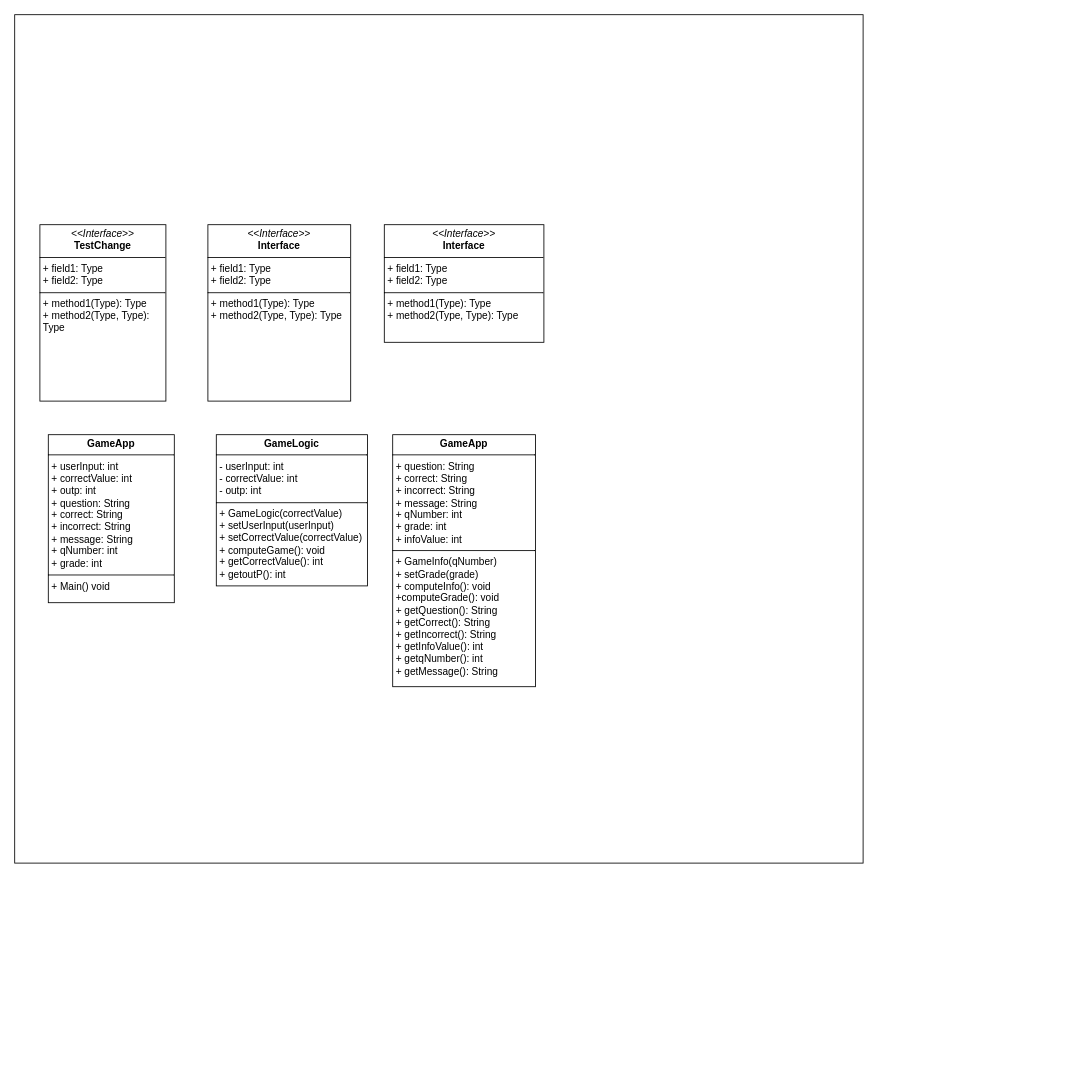
The draw.io diagram ClassDiagram.drawio in JordanTheCodeless/OOP_SDG_CA, before the edit. Source tidied: cells renumbered, new cells numbered last; positions are measured from the earlier drawing's top-left corner, leaving out a move shared by most shapes. Both pictures are drawn from the tidied source at 84%, with x=0, y=0 at pixel (14, 14).
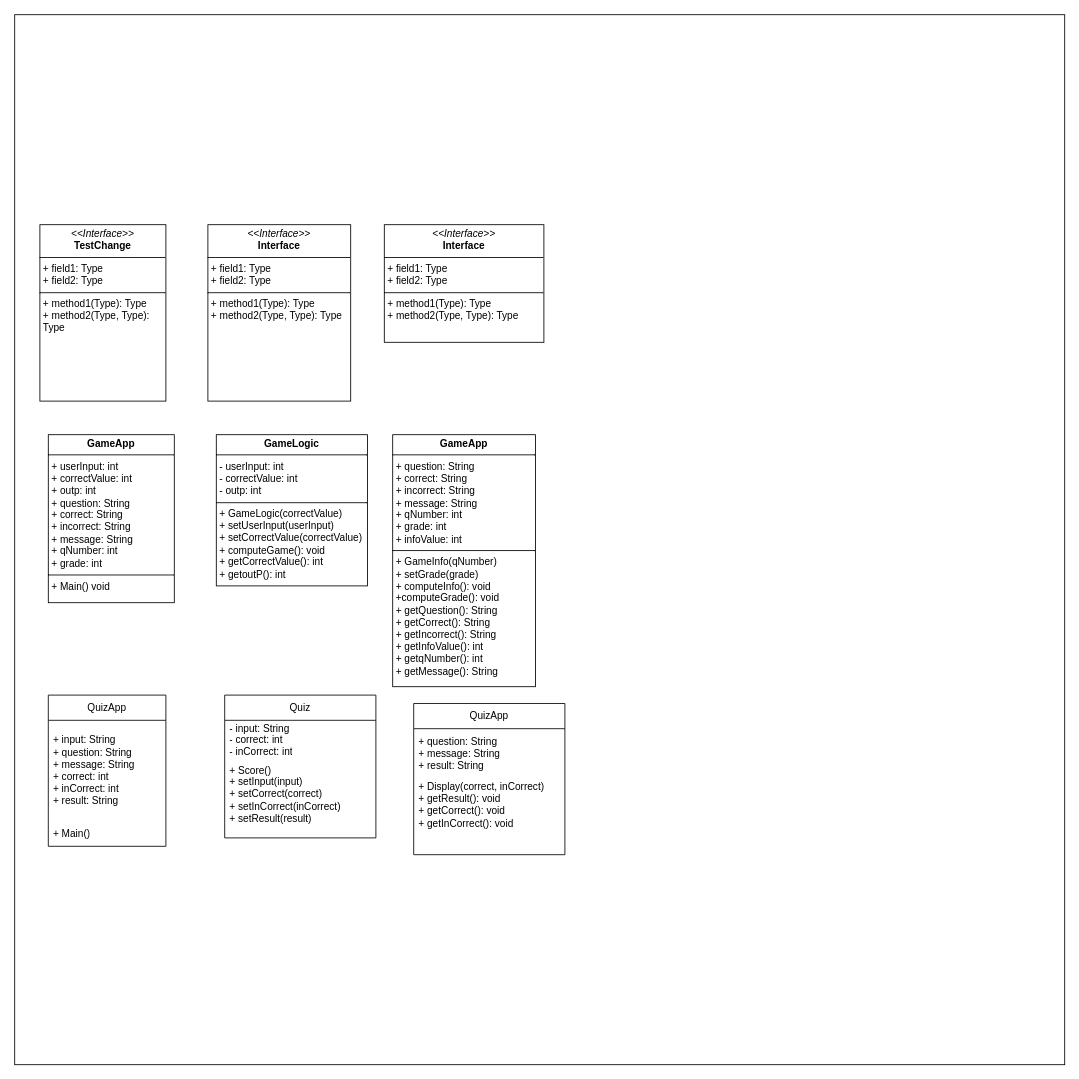
The same page after the edit.

Commit message:
class diagram Greg

What changed in the source:
```diff
@@
 <mxGraphModel>
   <root>
     <mxCell id="0" />
     <mxCell id="1" parent="0" />
     <mxCell id="2" style="whiteSpace=wrap;html=1;" parent="1" vertex="1">
-      <mxGeometry width="1010" height="1010" as="geometry" />
+      <mxGeometry width="1250" height="1250" as="geometry" />
     </mxCell>
     <mxCell id="3" value="&lt;p style=&quot;margin:0px;margin-top:4px;text-align:center;&quot;&gt;&lt;i&gt;&amp;lt;&amp;lt;Interface&amp;gt;&amp;gt;&lt;/i&gt;&lt;br&gt;&lt;b&gt;TestChange&lt;/b&gt;&lt;/p&gt;&lt;hr size=&quot;1&quot; style=&quot;border-style:solid;&quot;&gt;&lt;p style=&quot;margin:0px;margin-left:4px;&quot;&gt;+ field1: Type&lt;br&gt;+ field2: Type&lt;/p&gt;&lt;hr size=&quot;1&quot; style=&quot;border-style:solid;&quot;&gt;&lt;p style=&quot;margin:0px;margin-left:4px;&quot;&gt;+ method1(Type): Type&lt;br&gt;+ method2(Type, Type): Type&lt;/p&gt;" style="verticalAlign=top;align=left;overflow=fill;html=1;whiteSpace=wrap;" parent="1" vertex="1">
       <mxGeometry x="30" y="250" width="150" height="210" as="geometry" />
     </mxCell>
     <mxCell id="4" value="&lt;p style=&quot;margin:0px;margin-top:4px;text-align:center;&quot;&gt;&lt;i&gt;&amp;lt;&amp;lt;Interface&amp;gt;&amp;gt;&lt;/i&gt;&lt;br/&gt;&lt;b&gt;Interface&lt;/b&gt;&lt;/p&gt;&lt;hr size=&quot;1&quot; style=&quot;border-style:solid;&quot;/&gt;&lt;p style=&quot;margin:0px;margin-left:4px;&quot;&gt;+ field1: Type&lt;br/&gt;+ field2: Type&lt;/p&gt;&lt;hr size=&quot;1&quot; style=&quot;border-style:solid;&quot;/&gt;&lt;p style=&quot;margin:0px;margin-left:4px;&quot;&gt;+ method1(Type): Type&lt;br/&gt;+ method2(Type, Type): Type&lt;/p&gt;" style="verticalAlign=top;align=left;overflow=fill;html=1;whiteSpace=wrap;" parent="1" vertex="1">
       <mxGeometry x="230" y="250" width="170" height="210" as="geometry" />
     </mxCell>
     <mxCell id="5" value="&lt;p style=&quot;margin:0px;margin-top:4px;text-align:center;&quot;&gt;&lt;i&gt;&amp;lt;&amp;lt;Interface&amp;gt;&amp;gt;&lt;/i&gt;&lt;br/&gt;&lt;b&gt;Interface&lt;/b&gt;&lt;/p&gt;&lt;hr size=&quot;1&quot; style=&quot;border-style:solid;&quot;/&gt;&lt;p style=&quot;margin:0px;margin-left:4px;&quot;&gt;+ field1: Type&lt;br/&gt;+ field2: Type&lt;/p&gt;&lt;hr size=&quot;1&quot; style=&quot;border-style:solid;&quot;/&gt;&lt;p style=&quot;margin:0px;margin-left:4px;&quot;&gt;+ method1(Type): Type&lt;br/&gt;+ method2(Type, Type): Type&lt;/p&gt;" style="verticalAlign=top;align=left;overflow=fill;html=1;whiteSpace=wrap;" parent="1" vertex="1">
       <mxGeometry x="440" y="250" width="190" height="140" as="geometry" />
     </mxCell>
     <mxCell id="6" value="&lt;p style=&quot;margin:0px;margin-top:4px;text-align:center;&quot;&gt;&lt;b&gt;GameApp&lt;/b&gt;&lt;/p&gt;&lt;hr size=&quot;1&quot; style=&quot;border-style:solid;&quot;&gt;&lt;p style=&quot;margin:0px;margin-left:4px;&quot;&gt;+ userInput: int&lt;/p&gt;&lt;p style=&quot;margin:0px;margin-left:4px;&quot;&gt;+ correctValue: int&lt;/p&gt;&lt;p style=&quot;margin:0px;margin-left:4px;&quot;&gt;+ outp: int&lt;/p&gt;&lt;p style=&quot;margin:0px;margin-left:4px;&quot;&gt;+ question: String&amp;nbsp;&lt;/p&gt;&lt;p style=&quot;margin:0px;margin-left:4px;&quot;&gt;+ correct: String&amp;nbsp;&lt;/p&gt;&lt;p style=&quot;margin:0px;margin-left:4px;&quot;&gt;+ incorrect: String&lt;/p&gt;&lt;p style=&quot;margin:0px;margin-left:4px;&quot;&gt;+ message: String&lt;/p&gt;&lt;p style=&quot;margin:0px;margin-left:4px;&quot;&gt;+ qNumber: int&lt;/p&gt;&lt;p style=&quot;margin:0px;margin-left:4px;&quot;&gt;+ grade: int&lt;/p&gt;&lt;hr size=&quot;1&quot; style=&quot;border-style:solid;&quot;&gt;&lt;p style=&quot;margin:0px;margin-left:4px;&quot;&gt;+ Main() void&lt;/p&gt;" style="verticalAlign=top;align=left;overflow=fill;html=1;whiteSpace=wrap;" parent="1" vertex="1">
       <mxGeometry x="40" y="500" width="150" height="200" as="geometry" />
     </mxCell>
     <mxCell id="7" value="&lt;p style=&quot;margin:0px;margin-top:4px;text-align:center;&quot;&gt;&lt;b&gt;GameLogic&lt;/b&gt;&lt;/p&gt;&lt;hr size=&quot;1&quot; style=&quot;border-style:solid;&quot;&gt;&lt;p style=&quot;margin: 0px 0px 0px 4px;&quot;&gt;- userInput: int&lt;/p&gt;&lt;p style=&quot;margin: 0px 0px 0px 4px;&quot;&gt;- correctValue: int&lt;/p&gt;&lt;p style=&quot;margin: 0px 0px 0px 4px;&quot;&gt;- outp: int&lt;/p&gt;&lt;hr size=&quot;1&quot; style=&quot;border-style:solid;&quot;&gt;&lt;p style=&quot;margin:0px;margin-left:4px;&quot;&gt;+ GameLogic(correctValue)&lt;/p&gt;&lt;p style=&quot;margin:0px;margin-left:4px;&quot;&gt;+ setUserInput(userInput)&lt;/p&gt;&lt;p style=&quot;margin:0px;margin-left:4px;&quot;&gt;+ setCorrectValue(correctValue)&lt;/p&gt;&lt;p style=&quot;margin:0px;margin-left:4px;&quot;&gt;+ computeGame(): void&lt;/p&gt;&lt;p style=&quot;margin:0px;margin-left:4px;&quot;&gt;+ getCorrectValue(): int&lt;/p&gt;&lt;p style=&quot;margin:0px;margin-left:4px;&quot;&gt;+ getoutP(): int&lt;/p&gt;" style="verticalAlign=top;align=left;overflow=fill;html=1;whiteSpace=wrap;" parent="1" vertex="1">
       <mxGeometry x="240" y="500" width="180" height="180" as="geometry" />
     </mxCell>
     <mxCell id="8" style="edgeStyle=orthogonalEdgeStyle;rounded=0;orthogonalLoop=1;jettySize=auto;html=1;exitX=0.5;exitY=1;exitDx=0;exitDy=0;" parent="1" edge="1" source="7" target="7">
       <mxGeometry relative="1" as="geometry" />
     </mxCell>
     <mxCell id="9" value="&lt;p style=&quot;margin:0px;margin-top:4px;text-align:center;&quot;&gt;&lt;b&gt;GameApp&lt;/b&gt;&lt;/p&gt;&lt;hr size=&quot;1&quot; style=&quot;border-style:solid;&quot;&gt;&lt;p style=&quot;margin:0px;margin-left:4px;&quot;&gt;&lt;span style=&quot;background-color: initial;&quot;&gt;+ question: String&amp;nbsp;&lt;/span&gt;&lt;br&gt;&lt;/p&gt;&lt;p style=&quot;margin:0px;margin-left:4px;&quot;&gt;+ correct: String&amp;nbsp;&lt;/p&gt;&lt;p style=&quot;margin:0px;margin-left:4px;&quot;&gt;+ incorrect: String&lt;/p&gt;&lt;p style=&quot;margin:0px;margin-left:4px;&quot;&gt;+ message: String&lt;/p&gt;&lt;p style=&quot;margin:0px;margin-left:4px;&quot;&gt;+ qNumber: int&lt;/p&gt;&lt;p style=&quot;margin:0px;margin-left:4px;&quot;&gt;+ grade: int&lt;/p&gt;&lt;p style=&quot;margin:0px;margin-left:4px;&quot;&gt;+ infoValue: int&lt;/p&gt;&lt;hr size=&quot;1&quot; style=&quot;border-style:solid;&quot;&gt;&lt;p style=&quot;margin:0px;margin-left:4px;&quot;&gt;+ GameInfo(qNumber)&lt;/p&gt;&lt;p style=&quot;margin:0px;margin-left:4px;&quot;&gt;+ setGrade(grade)&lt;/p&gt;&lt;p style=&quot;margin:0px;margin-left:4px;&quot;&gt;+ computeInfo(): void&lt;/p&gt;&lt;p style=&quot;margin:0px;margin-left:4px;&quot;&gt;+computeGrade(): void&lt;/p&gt;&lt;p style=&quot;margin:0px;margin-left:4px;&quot;&gt;+ getQuestion(): String&lt;/p&gt;&lt;p style=&quot;margin:0px;margin-left:4px;&quot;&gt;+ getCorrect(): String&lt;/p&gt;&lt;p style=&quot;margin:0px;margin-left:4px;&quot;&gt;+ getIncorrect(): String&lt;/p&gt;&lt;p style=&quot;margin:0px;margin-left:4px;&quot;&gt;+ getInfoValue(): int&lt;/p&gt;&lt;p style=&quot;margin:0px;margin-left:4px;&quot;&gt;+ getqNumber(): int&lt;/p&gt;&lt;p style=&quot;margin:0px;margin-left:4px;&quot;&gt;+ getMessage(): String&lt;/p&gt;" style="verticalAlign=top;align=left;overflow=fill;html=1;whiteSpace=wrap;" parent="1" vertex="1">
       <mxGeometry x="450" y="500" width="170" height="300" as="geometry" />
     </mxCell>
+    <mxCell id="10" value="&lt;div&gt;QuizApp&lt;/div&gt;" style="swimlane;fontStyle=0;horizontal=1;startSize=30;whiteSpace=wrap;html=1;" parent="1" vertex="1">
+      <mxGeometry x="40" y="810" width="140" height="180" as="geometry" />
+    </mxCell>
+    <mxCell id="11" value="&lt;div&gt;+ input: String&lt;br&gt;&lt;/div&gt;&lt;div&gt;+ question: String&lt;/div&gt;&lt;div&gt;+ message: String&lt;/div&gt;&lt;div&gt;+ correct: int&lt;/div&gt;&lt;div&gt;+ inCorrect: int&lt;/div&gt;&lt;div&gt;+ result: String&lt;br&gt;&lt;/div&gt;" style="text;strokeColor=none;fillColor=none;align=left;verticalAlign=middle;spacingLeft=4;spacingRight=4;overflow=hidden;whiteSpace=wrap;html=1;" parent="10" vertex="1">
+      <mxGeometry y="30" width="140" height="120" as="geometry" />
+    </mxCell>
+    <mxCell id="12" value="+ Main()" style="text;strokeColor=none;fillColor=none;align=left;verticalAlign=middle;spacingLeft=4;spacingRight=4;overflow=hidden;whiteSpace=wrap;html=1;" parent="10" vertex="1">
+      <mxGeometry y="150" width="140" height="30" as="geometry" />
+    </mxCell>
+    <mxCell id="13" value="&lt;div&gt;Quiz&lt;/div&gt;" style="swimlane;fontStyle=0;horizontal=1;startSize=30;whiteSpace=wrap;html=1;" parent="1" vertex="1">
+      <mxGeometry x="250" y="810" width="180" height="170" as="geometry" />
+    </mxCell>
+    <mxCell id="14" value="&lt;div&gt;- input: String&lt;/div&gt;&lt;div&gt;- correct: int&lt;/div&gt;&lt;div&gt;- inCorrect: int&lt;br&gt;&lt;/div&gt;&lt;div&gt;&lt;br&gt;&lt;/div&gt;" style="text;strokeColor=none;fillColor=none;align=left;verticalAlign=middle;spacingLeft=4;spacingRight=4;overflow=hidden;whiteSpace=wrap;html=1;" parent="13" vertex="1">
+      <mxGeometry y="30" width="180" height="50" as="geometry" />
+    </mxCell>
+    <mxCell id="15" value="&lt;div&gt;+ Score()&lt;/div&gt;&lt;div&gt;+ setInput(input)&lt;/div&gt;&lt;div&gt;+ setCorrect(correct)&lt;/div&gt;&lt;div&gt;+ setInCorrect(inCorrect)&lt;/div&gt;&lt;div&gt;+ setResult(result)&lt;br&gt;&lt;/div&gt;&lt;div&gt;&lt;br&gt;&lt;/div&gt;" style="text;strokeColor=none;fillColor=none;align=left;verticalAlign=middle;spacingLeft=4;spacingRight=4;overflow=hidden;whiteSpace=wrap;html=1;" parent="13" vertex="1">
+      <mxGeometry y="80" width="180" height="90" as="geometry" />
+    </mxCell>
+    <mxCell id="16" value="&lt;div&gt;QuizApp&lt;/div&gt;" style="swimlane;fontStyle=0;horizontal=1;startSize=30;whiteSpace=wrap;html=1;" parent="1" vertex="1">
+      <mxGeometry x="475" y="820" width="180" height="180" as="geometry" />
+    </mxCell>
+    <mxCell id="17" value="&lt;div&gt;+ question: String&lt;/div&gt;&lt;div&gt;+ message: String&lt;/div&gt;&lt;div&gt;+ result: String&lt;br&gt;&lt;/div&gt;" style="text;strokeColor=none;fillColor=none;align=left;verticalAlign=middle;spacingLeft=4;spacingRight=4;overflow=hidden;whiteSpace=wrap;html=1;" parent="16" vertex="1">
+      <mxGeometry y="30" width="180" height="60" as="geometry" />
+    </mxCell>
+    <mxCell id="18" value="&lt;div&gt;+ Display(correct, inCorrect)&lt;/div&gt;&lt;div&gt;+ getResult(): void&lt;/div&gt;&lt;div&gt;+ getCorrect(): void&lt;/div&gt;&lt;div&gt;+ getInCorrect(): void&lt;br&gt;&lt;/div&gt;&lt;div&gt;&lt;br&gt;&lt;/div&gt;&lt;div&gt;&lt;br&gt;&lt;/div&gt;" style="text;strokeColor=none;fillColor=none;align=left;verticalAlign=middle;spacingLeft=4;spacingRight=4;overflow=hidden;whiteSpace=wrap;html=1;" parent="16" vertex="1">
+      <mxGeometry y="90" width="180" height="90" as="geometry" />
+    </mxCell>
   </root>
 </mxGraphModel>
```
